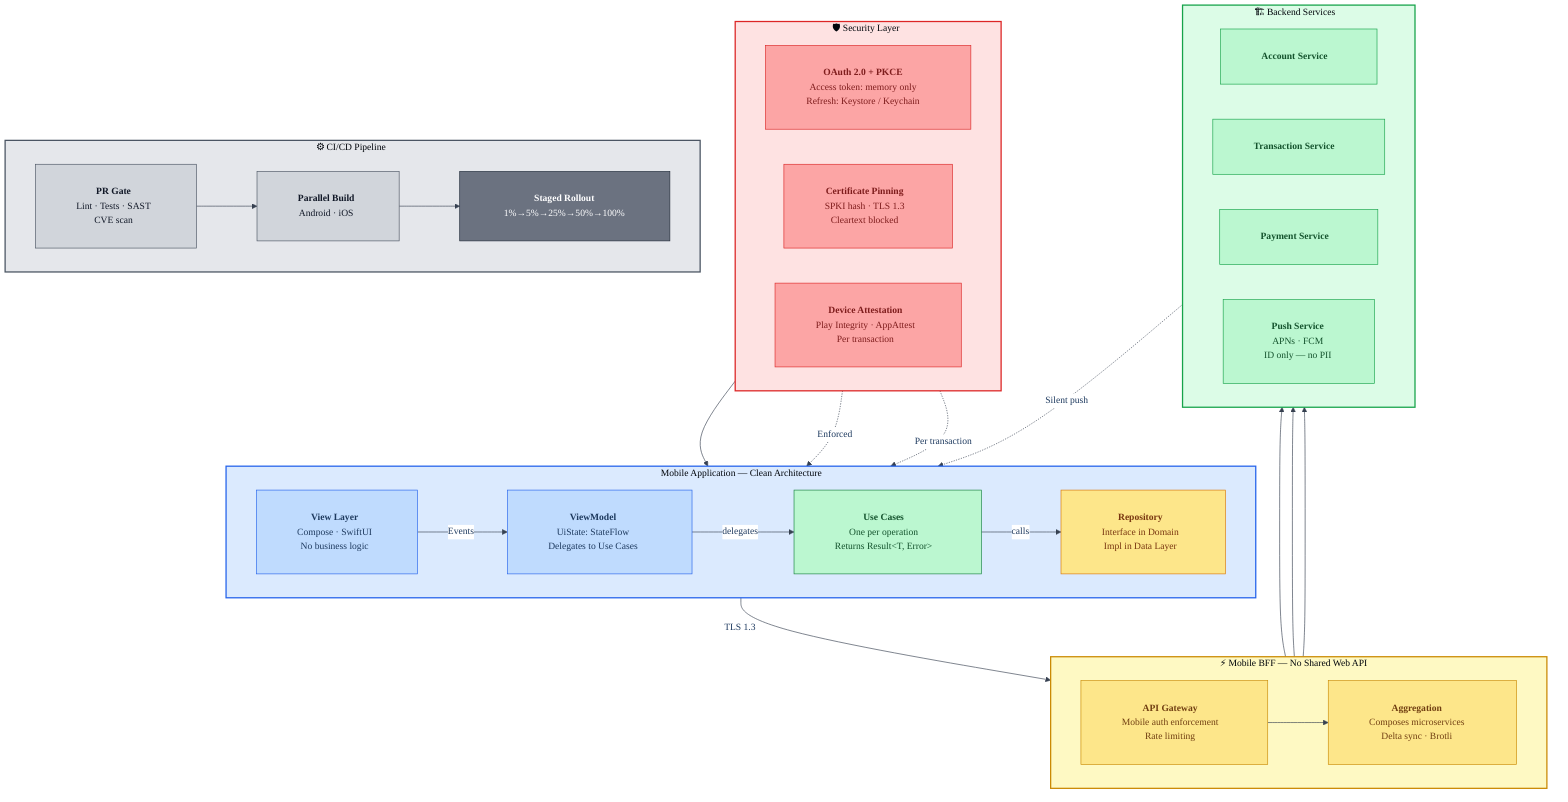
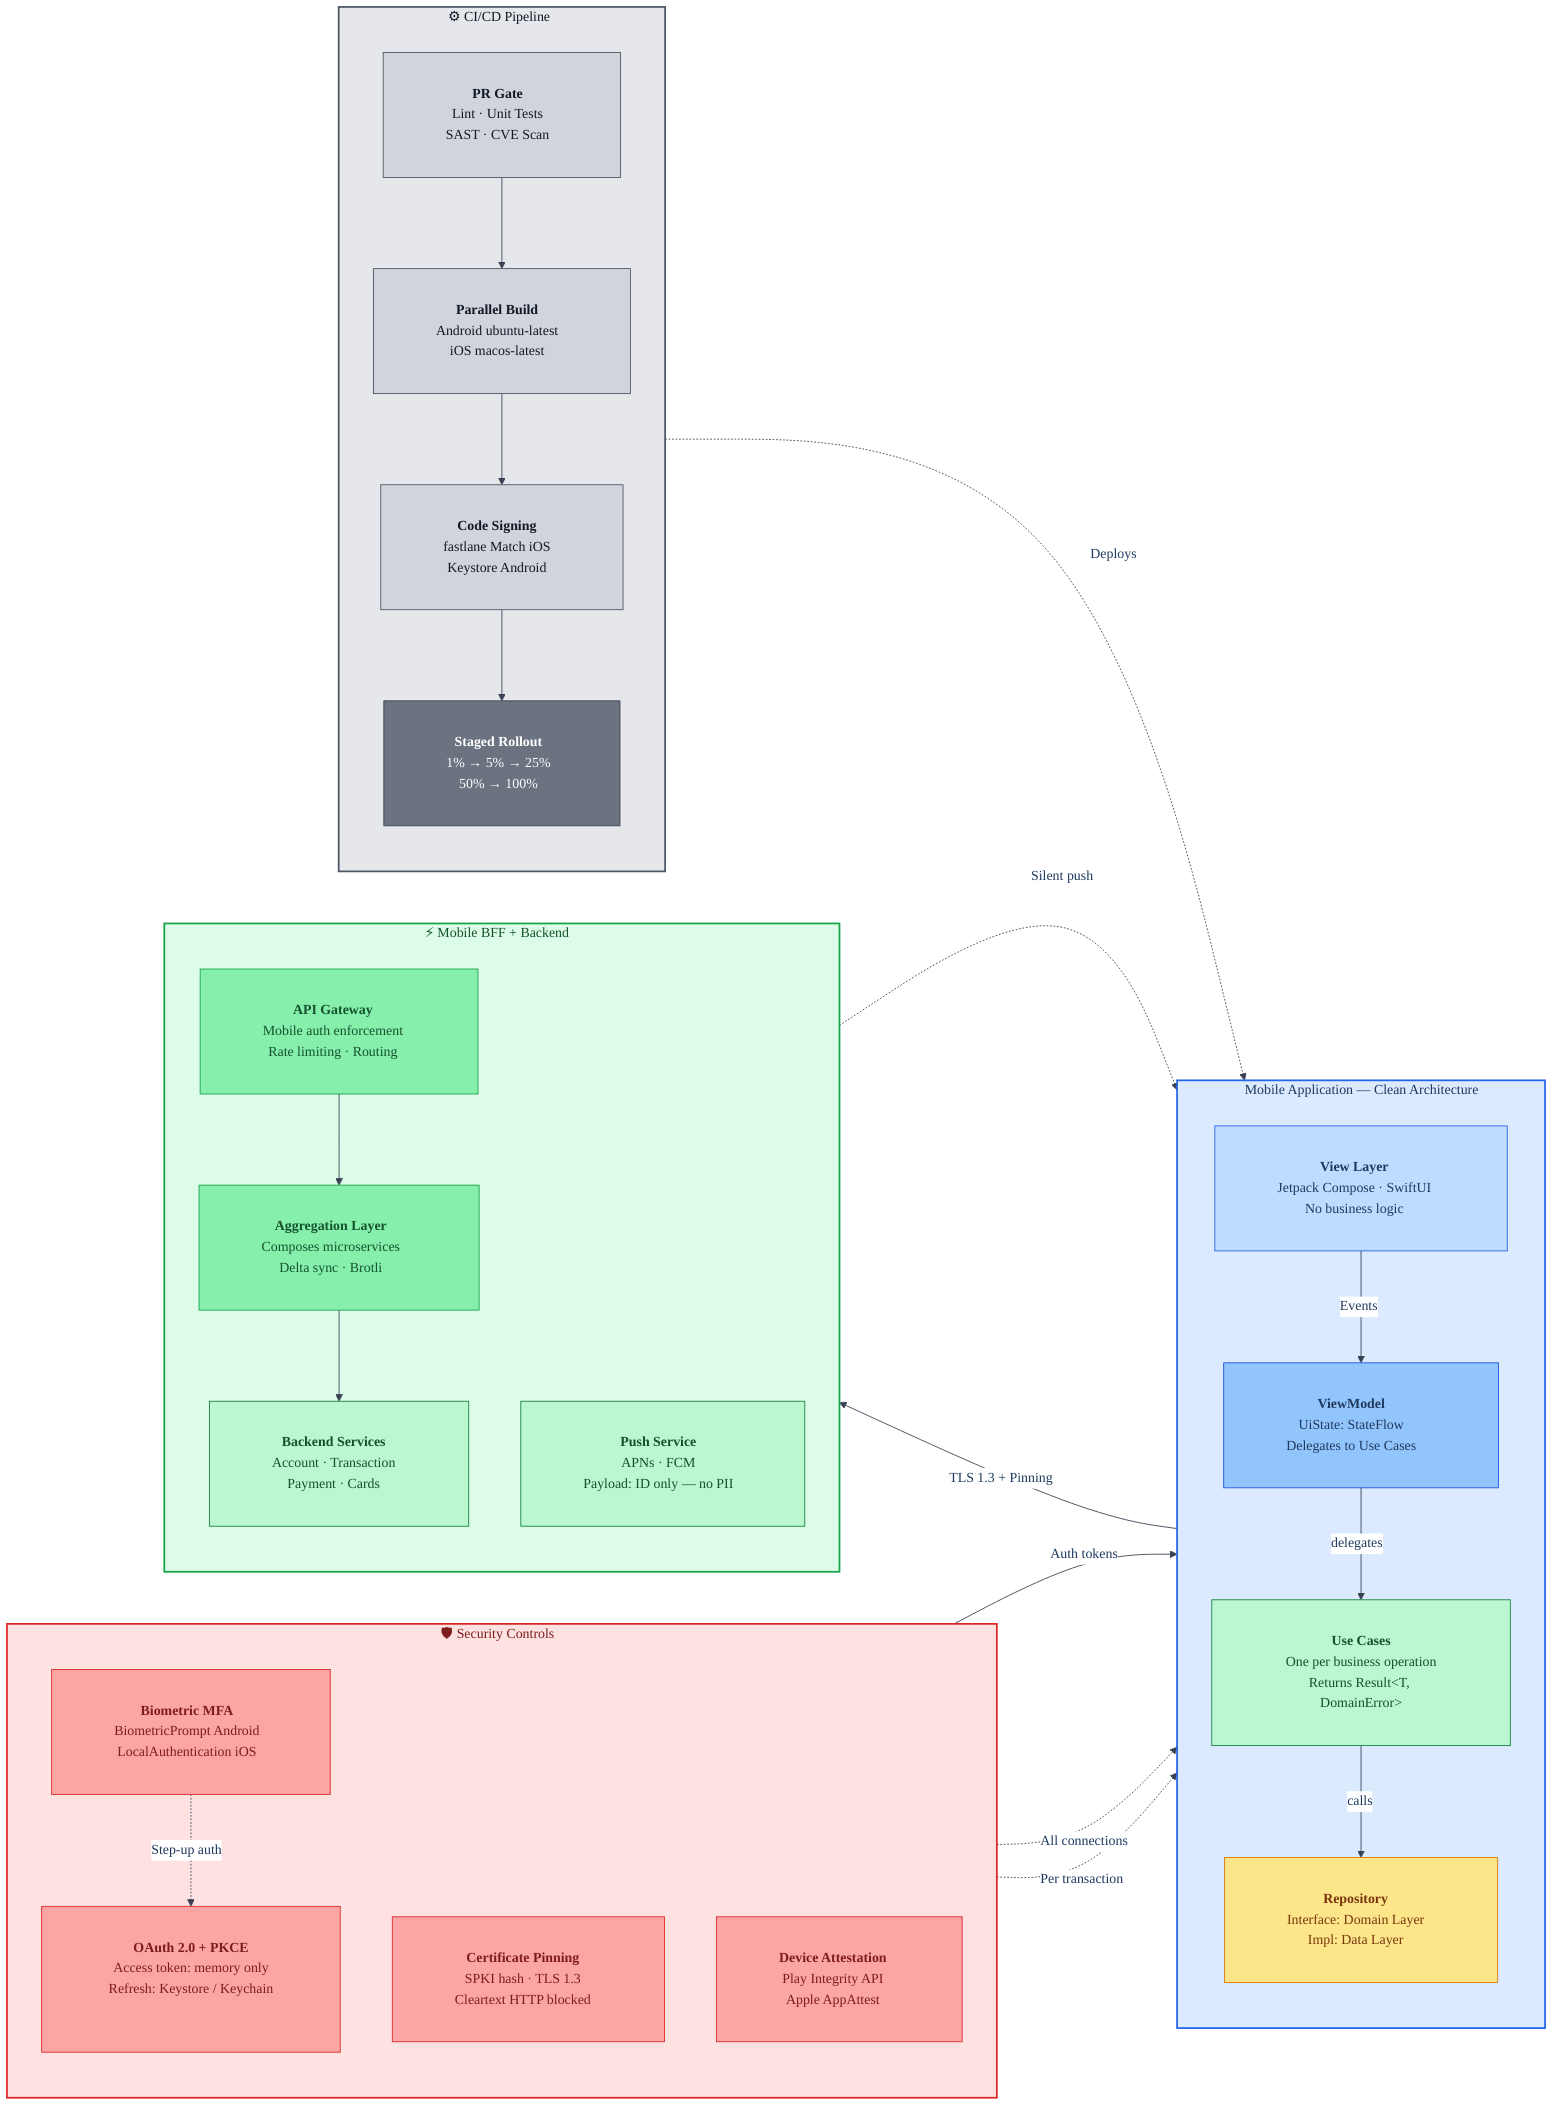
- %%{init:{'theme':'base','themeVariables':{'fontSize':'15px','fontFamily':'IBM Plex Sans, system-ui','primaryColor':'#DBEAFE','primaryTextColor':'#1e3a5f','primaryBorderColor':'#2563EB','lineColor':'#374151','clusterBkg':'#F9FAFB','clusterBorder':'#D1D5DB','edgeLabelBackground':'#FFFFFF'},'flowchart':{'curve':'orthogonal','padding':32,'nodeSpacing':55,'rankSpacing':70,'useMaxWidth':true}}}%%
- flowchart TD
+ %%{init:{'theme':'base','themeVariables':{'fontSize':'16px','fontFamily':'IBM Plex Sans, system-ui','primaryColor':'#DBEAFE','primaryTextColor':'#1e3a5f','primaryBorderColor':'#2563EB','lineColor':'#374151','clusterBkg':'#F9FAFB','clusterBorder':'#CED4DA','edgeLabelBackground':'#FFFFFF'},'flowchart':{'curve':'orthogonal','padding':36,'nodeSpacing':60,'rankSpacing':80,'useMaxWidth':true}}}%%
+ flowchart LR

-     subgraph SEC["🛡  Security Layer"]
-         direction LR
-         PKCE["<b>OAuth 2.0 + PKCE</b><br/>Access token: memory only<br/>Refresh: Keystore / Keychain"]
-         PIN["<b>Certificate Pinning</b><br/>SPKI hash · TLS 1.3<br/>Cleartext blocked"]
-         ATT["<b>Device Attestation</b><br/>Play Integrity · AppAttest<br/>Per transaction"]
+     subgraph CICD["⚙  CI/CD Pipeline"]
+         direction TB
+         PR["<b>PR Gate</b><br/>Lint · Unit Tests<br/>SAST · CVE Scan"]
+         BUILD["<b>Parallel Build</b><br/>Android ubuntu-latest<br/>iOS macos-latest"]
+         SIGN["<b>Code Signing</b><br/>fastlane Match iOS<br/>Keystore Android"]
+         ROLLOUT["<b>Staged Rollout</b><br/>1% → 5% → 25%<br/>50% → 100%"]
+         PR --> BUILD --> SIGN --> ROLLOUT
    end

    subgraph APP["📱  Mobile Application — Clean Architecture"]
-         direction LR
-         VIEW["<b>View Layer</b><br/>Compose · SwiftUI<br/>No business logic"]
+         direction TB
+         VIEW["<b>View Layer</b><br/>Jetpack Compose · SwiftUI<br/>No business logic"]
        VM["<b>ViewModel</b><br/>UiState: StateFlow<br/>Delegates to Use Cases"]
-         UC["<b>Use Cases</b><br/>One per operation<br/>Returns Result&lt;T, Error&gt;"]
-         REPO["<b>Repository</b><br/>Interface in Domain<br/>Impl in Data Layer"]
+         UC["<b>Use Cases</b><br/>One per business operation<br/>Returns Result&lt;T, DomainError&gt;"]
+         REPO["<b>Repository</b><br/>Interface: Domain Layer<br/>Impl: Data Layer"]
+         VIEW -->|"Events"| VM
+         VM -->|"delegates"| UC
+         UC -->|"calls"| REPO
    end

-     subgraph BFF["⚡  Mobile BFF — No Shared Web API"]
-         direction LR
-         GW["<b>API Gateway</b><br/>Mobile auth enforcement<br/>Rate limiting"]
-         AGG["<b>Aggregation</b><br/>Composes microservices<br/>Delta sync · Brotli"]
+     subgraph SEC["🛡  Security Controls"]
+         direction TB
+         PKCE["<b>OAuth 2.0 + PKCE</b><br/>Access token: memory only<br/>Refresh: Keystore / Keychain"]
+         BIO["<b>Biometric MFA</b><br/>BiometricPrompt Android<br/>LocalAuthentication iOS"]
+         PIN["<b>Certificate Pinning</b><br/>SPKI hash · TLS 1.3<br/>Cleartext HTTP blocked"]
+         ATT["<b>Device Attestation</b><br/>Play Integrity API<br/>Apple AppAttest"]
    end

-     subgraph BACK["🏗  Backend Services"]
-         direction LR
-         SVC1["<b>Account Service</b>"]
-         SVC2["<b>Transaction Service</b>"]
-         SVC3["<b>Payment Service</b>"]
-         PUSH["<b>Push Service</b><br/>APNs · FCM<br/>ID only — no PII"]
+     subgraph BFF["⚡  Mobile BFF + Backend"]
+         direction TB
+         GW["<b>API Gateway</b><br/>Mobile auth enforcement<br/>Rate limiting · Routing"]
+         AGG["<b>Aggregation Layer</b><br/>Composes microservices<br/>Delta sync · Brotli"]
+         SVC["<b>Backend Services</b><br/>Account · Transaction<br/>Payment · Cards"]
+         PUSH["<b>Push Service</b><br/>APNs · FCM<br/>Payload: ID only — no PII"]
+         GW --> AGG --> SVC
    end

-     subgraph CICD["⚙  CI/CD Pipeline"]
-         direction LR
-         PR["<b>PR Gate</b><br/>Lint · Tests · SAST<br/>CVE scan"]
-         BUILD["<b>Parallel Build</b><br/>Android · iOS"]
-         SHIP["<b>Staged Rollout</b><br/>1%→5%→25%→50%→100%"]
-     end
+     CICD -.->|"Deploys"| APP
+     REPO -->|"TLS 1.3 + Pinning"| GW
+     PKCE -->|"Auth tokens"| REPO
+     BIO -.->|"Step-up auth"| PKCE
+     PIN -.->|"All connections"| REPO
+     ATT -.->|"Per transaction"| REPO
+     PUSH -.->|"Silent push"| APP

-     VIEW -->|"Events"| VM -->|"delegates"| UC -->|"calls"| REPO
-     REPO -->|"TLS 1.3"| GW
-     GW --> AGG --> SVC1 & SVC2 & SVC3
-     PUSH -.->|"Silent push"| APP
-     PKCE --> REPO
-     PIN -.->|"Enforced"| REPO
-     ATT -.->|"Per transaction"| APP
-     PR --> BUILD --> SHIP
- 
-     style SEC fill:#FEE2E2,stroke:#DC2626,stroke-width:2px
-     style APP fill:#DBEAFE,stroke:#2563EB,stroke-width:2px
-     style BFF fill:#FEF9C3,stroke:#CA8A04,stroke-width:2px
-     style BACK fill:#DCFCE7,stroke:#16A34A,stroke-width:2px
-     style CICD fill:#E5E7EB,stroke:#4B5563,stroke-width:2px
+     style CICD fill:#E5E7EB,stroke:#4B5563,stroke-width:2px,color:#111827
+     style APP fill:#DBEAFE,stroke:#2563EB,stroke-width:2px,color:#1e3a5f
+     style SEC fill:#FEE2E2,stroke:#DC2626,stroke-width:2px,color:#7f1d1d
+     style BFF fill:#DCFCE7,stroke:#16A34A,stroke-width:2px,color:#14532D
+     style PR fill:#D1D5DB,stroke:#4B5563,color:#111827
+     style BUILD fill:#D1D5DB,stroke:#4B5563,color:#111827
+     style SIGN fill:#D1D5DB,stroke:#4B5563,color:#111827
+     style ROLLOUT fill:#6B7280,stroke:#374151,color:#ffffff
+     style VIEW fill:#BFDBFE,stroke:#2563EB,color:#1e3a5f
+     style VM fill:#93C5FD,stroke:#1D4ED8,color:#1e3a5f
+     style UC fill:#BBF7D0,stroke:#15803D,color:#14532D
+     style REPO fill:#FDE68A,stroke:#D97706,color:#78350F
    style PKCE fill:#FCA5A5,stroke:#DC2626,color:#7f1d1d
+     style BIO fill:#FCA5A5,stroke:#DC2626,color:#7f1d1d
    style PIN fill:#FCA5A5,stroke:#DC2626,color:#7f1d1d
    style ATT fill:#FCA5A5,stroke:#DC2626,color:#7f1d1d
-     style VIEW fill:#BFDBFE,stroke:#2563EB,color:#1e3a5f
-     style VM fill:#BFDBFE,stroke:#2563EB,color:#1e3a5f
-     style UC fill:#BBF7D0,stroke:#15803D,color:#14532D
-     style REPO fill:#FDE68A,stroke:#D97706,color:#78350F
-     style GW fill:#FDE68A,stroke:#CA8A04,color:#713f12
-     style AGG fill:#FDE68A,stroke:#CA8A04,color:#713f12
-     style SVC1 fill:#BBF7D0,stroke:#16A34A,color:#14532D
-     style SVC2 fill:#BBF7D0,stroke:#16A34A,color:#14532D
-     style SVC3 fill:#BBF7D0,stroke:#16A34A,color:#14532D
-     style PUSH fill:#BBF7D0,stroke:#16A34A,color:#14532D
-     style PR fill:#D1D5DB,stroke:#4B5563,color:#111827
-     style BUILD fill:#D1D5DB,stroke:#4B5563,color:#111827
-     style SHIP fill:#6B7280,stroke:#1F2937,color:#ffffff
+     style GW fill:#86EFAC,stroke:#16A34A,color:#14532D
+     style AGG fill:#86EFAC,stroke:#16A34A,color:#14532D
+     style SVC fill:#BBF7D0,stroke:#15803D,color:#14532D
+     style PUSH fill:#BBF7D0,stroke:#15803D,color:#14532D
